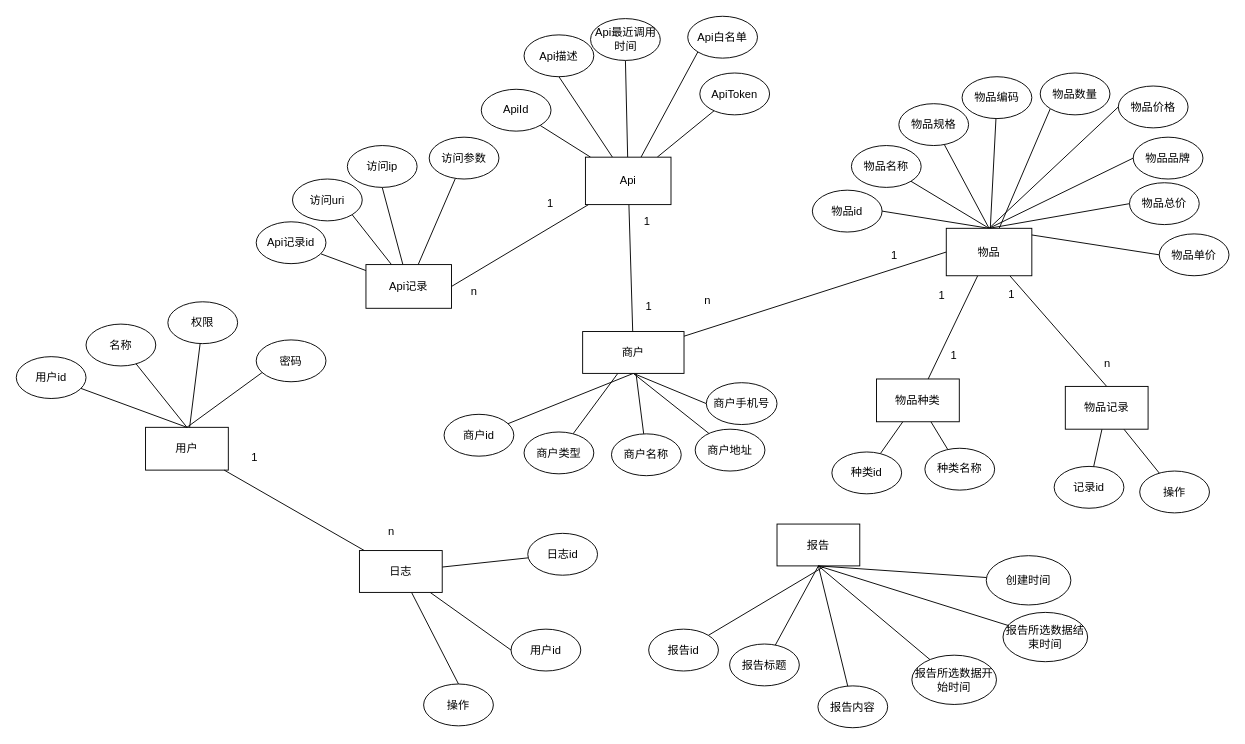
Above: save/实体E-R图.drawio in kehaha-5/drawio (draw.io), before the change. Source tidied: cells renumbered, new cells numbered last; positions are measured from the earlier drawing's top-left corner, leaving out a move shared by most shapes. Both pictures are drawn from the tidied source at 93%, with x=0, y=0 at pixel (16, 16).
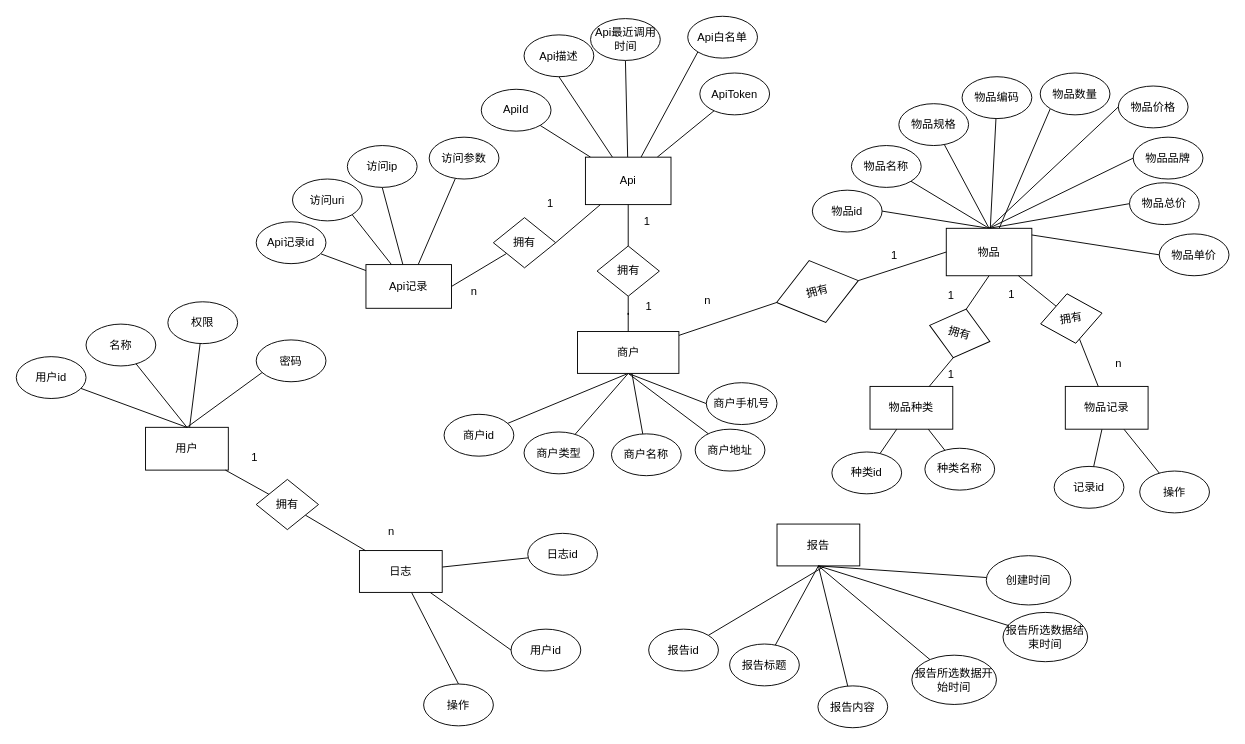
Above is the later version.

Commit message:
更新实体E-R图.drawio

Unchanged cells that the change refers to:
```xml
<mxCell id="2" value="用户" style="rounded=0;whiteSpace=wrap;html=1;" parent="1" vertex="1">
  <mxGeometry x="139" y="442" width="89" height="46" as="geometry" />
</mxCell>
<mxCell id="15" value="日志" style="rounded=0;whiteSpace=wrap;html=1;" parent="1" vertex="1">
  <mxGeometry x="369" y="574.5" width="89" height="45" as="geometry" />
</mxCell>
<mxCell id="29" value="商户类型" style="ellipse;whiteSpace=wrap;html=1;" parent="1" vertex="1">
  <mxGeometry x="546" y="447" width="75" height="45" as="geometry" />
</mxCell>
<mxCell id="48" value="物品" style="rounded=0;whiteSpace=wrap;html=1;" parent="1" vertex="1">
  <mxGeometry x="1000" y="228" width="92" height="51" as="geometry" />
</mxCell>
<mxCell id="65" value="物品记录" style="rounded=0;whiteSpace=wrap;html=1;" parent="1" vertex="1">
  <mxGeometry x="1128" y="398" width="89" height="46" as="geometry" />
</mxCell>
<mxCell id="77" value="Api" style="rounded=0;whiteSpace=wrap;html=1;" parent="1" vertex="1">
  <mxGeometry x="612" y="151.5" width="92" height="51" as="geometry" />
</mxCell>
<mxCell id="89" value="Api记录" style="rounded=0;whiteSpace=wrap;html=1;" parent="1" vertex="1">
  <mxGeometry x="376" y="267" width="92" height="47" as="geometry" />
</mxCell>
```

What changed in the source:
```diff
@@
-    <mxCell id="11" style="rounded=0;jettySize=auto;html=1;endArrow=none;startFill=0;" parent="1" edge="1" source="15" target="2">
+    <mxCell id="11" style="rounded=0;jettySize=auto;html=1;endArrow=none;startFill=0;" parent="1" edge="1" source="124" target="2">
       <mxGeometry relative="1" as="geometry" />
     </mxCell>
@@
-    <mxCell id="22" style="rounded=0;jettySize=auto;html=1;endArrow=none;startFill=0;" parent="1" edge="1" source="27" target="29">
+    <mxCell id="22" style="rounded=0;jettySize=auto;html=1;endArrow=none;startFill=0;exitX=0.5;exitY=1;exitDx=0;exitDy=0;" parent="1" edge="1" source="27" target="29">
       <mxGeometry relative="1" as="geometry" />
     </mxCell>
@@
-    <mxCell id="26" style="rounded=0;jettySize=auto;html=1;entryX=0;entryY=0.5;entryDx=0;entryDy=0;endArrow=none;startFill=0;" parent="1" edge="1" source="27" target="48">
-      <mxGeometry relative="1" as="geometry" />
-    </mxCell>
+    <mxCell id="109" style="rounded=0;jettySize=auto;html=1;entryX=0;entryY=0.5;entryDx=0;entryDy=0;endArrow=none;startFill=0;" parent="1" edge="1" source="27" target="111">
+      <mxGeometry relative="1" as="geometry" />
+    </mxCell>
     <mxCell id="27" value="商户" style="rounded=0;whiteSpace=wrap;html=1;" parent="1" vertex="1">
-      <mxGeometry x="609" y="339" width="109" height="45" as="geometry" />
+      <mxGeometry x="603.5" y="339" width="109" height="45" as="geometry" />
     </mxCell>
@@
-    <mxCell id="34" style="rounded=0;jettySize=auto;html=1;endArrow=none;startFill=0;" parent="1" edge="1" source="35" target="48">
-      <mxGeometry relative="1" as="geometry" />
-    </mxCell>
     <mxCell id="35" value="物品种类" style="rounded=0;whiteSpace=wrap;html=1;" parent="1" vertex="1">
-      <mxGeometry x="925" y="390" width="89" height="46" as="geometry" />
+      <mxGeometry x="918" y="398" width="89" height="46" as="geometry" />
     </mxCell>
@@
-    <mxCell id="47" style="rounded=0;jettySize=auto;html=1;entryX=0.5;entryY=0;entryDx=0;entryDy=0;endArrow=none;startFill=0;" parent="1" edge="1" source="48" target="65">
-      <mxGeometry relative="1" as="geometry" />
-    </mxCell>
@@
     <mxCell id="59" value="1" style="text;html=1;align=center;verticalAlign=middle;strokeColor=none;fillColor=none;" parent="1" vertex="1">
-      <mxGeometry x="995" y="352" width="25" height="26" as="geometry" />
+      <mxGeometry x="992" y="372" width="25" height="26" as="geometry" />
     </mxCell>
     <mxCell id="60" value="1" style="text;html=1;align=center;verticalAlign=middle;strokeColor=none;fillColor=none;" parent="1" vertex="1">
-      <mxGeometry x="982" y="288" width="25" height="26" as="geometry" />
+      <mxGeometry x="992" y="288" width="25" height="26" as="geometry" />
     </mxCell>
@@
     <mxCell id="69" value="n" style="text;html=1;align=center;verticalAlign=middle;strokeColor=none;fillColor=none;" parent="1" vertex="1">
-      <mxGeometry x="1160" y="361" width="25" height="26" as="geometry" />
+      <mxGeometry x="1172" y="361" width="25" height="26" as="geometry" />
     </mxCell>
@@
-    <mxCell id="75" style="rounded=0;jettySize=auto;html=1;endArrow=none;startFill=0;" parent="1" edge="1" source="77" target="27">
-      <mxGeometry relative="1" as="geometry" />
-    </mxCell>
-    <mxCell id="76" style="rounded=0;jettySize=auto;html=1;entryX=1;entryY=0.5;entryDx=0;entryDy=0;endArrow=none;startFill=0;" parent="1" edge="1" source="77" target="89">
+    <mxCell id="76" style="rounded=0;jettySize=auto;html=1;entryX=1;entryY=0.5;entryDx=0;entryDy=0;endArrow=none;startFill=0;" parent="1" edge="1" source="122" target="89">
       <mxGeometry relative="1" as="geometry" />
     </mxCell>
@@
+    <mxCell id="110" style="rounded=0;jettySize=auto;html=1;entryX=0;entryY=0.5;entryDx=0;entryDy=0;endArrow=none;startFill=0;exitX=1;exitY=0.5;exitDx=0;exitDy=0;" parent="1" edge="1" source="111" target="48">
+      <mxGeometry relative="1" as="geometry" />
+    </mxCell>
+    <mxCell id="111" value="拥有" style="rhombus;whiteSpace=wrap;html=1;rotation=-15;" parent="1" vertex="1">
+      <mxGeometry x="816" y="261.5" width="91" height="69" as="geometry" />
+    </mxCell>
+    <mxCell id="112" style="rounded=0;jettySize=auto;html=1;endArrow=none;startFill=0;exitX=0.5;exitY=1;exitDx=0;exitDy=0;" parent="1" edge="1" source="114" target="35">
+      <mxGeometry relative="1" as="geometry" />
+    </mxCell>
+    <mxCell id="113" style="rounded=0;jettySize=auto;html=1;entryX=0.5;entryY=1;entryDx=0;entryDy=0;endArrow=none;startFill=0;exitX=0.5;exitY=0;exitDx=0;exitDy=0;" parent="1" edge="1" source="114" target="48">
+      <mxGeometry relative="1" as="geometry" />
+    </mxCell>
+    <mxCell id="114" value="拥有" style="rhombus;whiteSpace=wrap;html=1;rotation=15;" parent="1" vertex="1">
+      <mxGeometry x="981" y="314" width="67" height="54" as="geometry" />
+    </mxCell>
+    <mxCell id="115" style="rounded=0;jettySize=auto;html=1;endArrow=none;startFill=0;" parent="1" edge="1" source="117" target="65">
+      <mxGeometry relative="1" as="geometry" />
+    </mxCell>
+    <mxCell id="116" style="rounded=0;jettySize=auto;html=1;endArrow=none;startFill=0;" parent="1" edge="1" source="117" target="48">
+      <mxGeometry relative="1" as="geometry" />
+    </mxCell>
+    <mxCell id="117" value="拥有" style="rhombus;whiteSpace=wrap;html=1;rotation=-10;" parent="1" vertex="1">
+      <mxGeometry x="1101" y="298" width="67" height="54" as="geometry" />
+    </mxCell>
+    <mxCell id="118" style="edgeStyle=orthogonalEdgeStyle;rounded=0;jettySize=auto;html=1;endArrow=none;startFill=0;" parent="1" edge="1" source="120" target="27">
+      <mxGeometry relative="1" as="geometry" />
+    </mxCell>
+    <mxCell id="119" style="edgeStyle=orthogonalEdgeStyle;rounded=0;jettySize=auto;html=1;entryX=0.5;entryY=1;entryDx=0;entryDy=0;endArrow=none;startFill=0;" parent="1" edge="1" source="120" target="77">
+      <mxGeometry relative="1" as="geometry" />
+    </mxCell>
+    <mxCell id="120" value="拥有" style="rhombus;whiteSpace=wrap;html=1;rotation=0;" parent="1" vertex="1">
+      <mxGeometry x="624.5" y="247" width="67" height="54" as="geometry" />
+    </mxCell>
+    <mxCell id="121" style="rounded=0;jettySize=auto;html=1;entryX=1;entryY=0.5;entryDx=0;entryDy=0;endArrow=none;startFill=0;" parent="1" edge="1" source="77" target="122">
+      <mxGeometry relative="1" as="geometry" />
+    </mxCell>
+    <mxCell id="122" value="拥有" style="rhombus;whiteSpace=wrap;html=1;rotation=0;" parent="1" vertex="1">
+      <mxGeometry x="513" y="216.5" width="67" height="54" as="geometry" />
+    </mxCell>
+    <mxCell id="123" style="rounded=0;jettySize=auto;html=1;endArrow=none;startFill=0;" parent="1" edge="1" source="15" target="124">
+      <mxGeometry relative="1" as="geometry" />
+    </mxCell>
+    <mxCell id="124" value="拥有" style="rhombus;whiteSpace=wrap;html=1;rotation=0;" parent="1" vertex="1">
+      <mxGeometry x="258" y="498" width="67" height="54" as="geometry" />
+    </mxCell>
```
